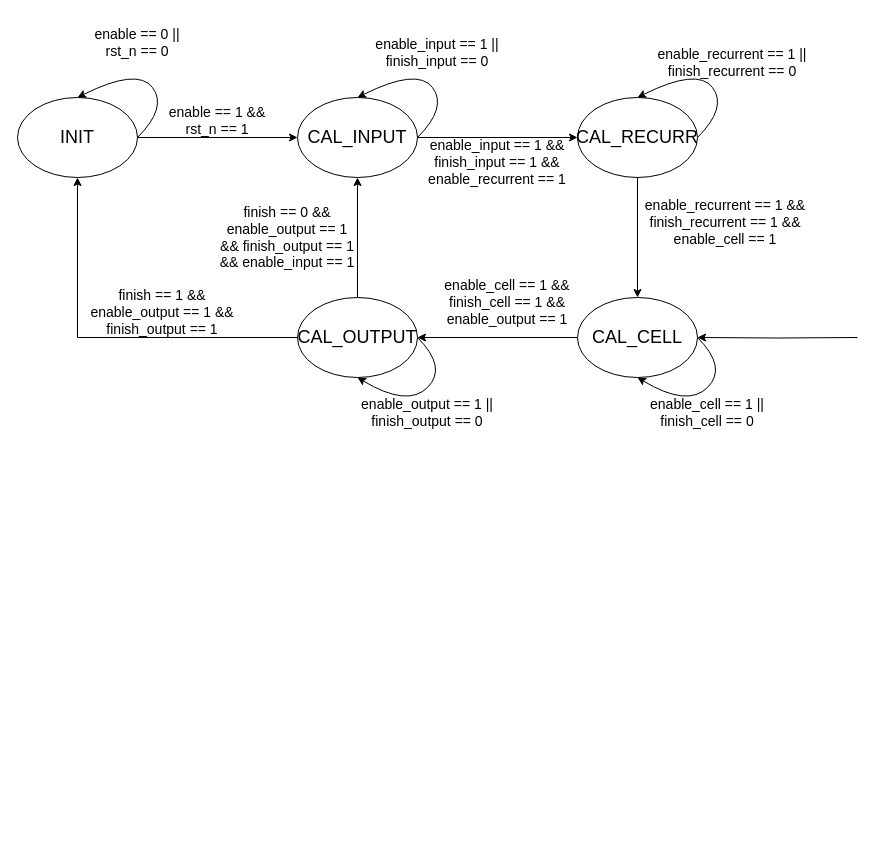
Before: page "LSTM unit state machine" (6 of 10) of doc/LSTMAccelerator.drawio in newfrogg/LSTMAccelerator, a draw.io diagram. Source tidied: cells renumbered, new cells numbered last; positions are measured from the earlier drawing's top-left corner, leaving out a move shared by most shapes. Both pictures are drawn from the tidied source at 100%, with x=0, y=0 at pixel (17, 17).
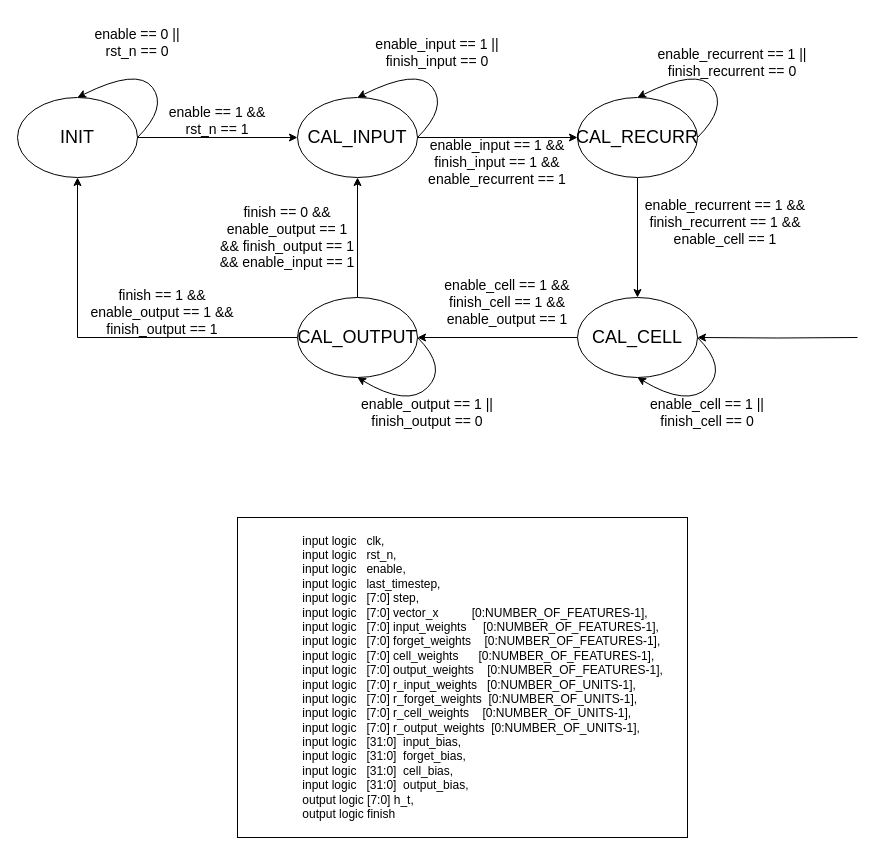
The same page after the edit.

Change to the diagram source:
```diff
@@
+    <mxCell id="30" value="&lt;div&gt;&lt;span style=&quot;white-space: pre;&quot;&gt;&#9;&lt;/span&gt;&amp;nbsp;&lt;span style=&quot;white-space: pre;&quot;&gt;&#9;&lt;/span&gt;&amp;nbsp; &amp;nbsp;input logic&amp;nbsp; &amp;nbsp;clk,&lt;/div&gt;&lt;div&gt;&amp;nbsp; &amp;nbsp; &amp;nbsp; &amp;nbsp; &amp;nbsp; &amp;nbsp; &amp;nbsp; &amp;nbsp; &amp;nbsp; &amp;nbsp;input logic&amp;nbsp; &amp;nbsp;rst_n,&lt;/div&gt;&lt;div&gt;&amp;nbsp; &amp;nbsp; &amp;nbsp; &amp;nbsp; &amp;nbsp; &amp;nbsp; &amp;nbsp; &amp;nbsp; &amp;nbsp; &amp;nbsp;input logic&amp;nbsp; &amp;nbsp;enable,&lt;/div&gt;&lt;div&gt;&amp;nbsp; &amp;nbsp; &amp;nbsp; &amp;nbsp; &amp;nbsp; &amp;nbsp; &amp;nbsp; &amp;nbsp; &amp;nbsp; &amp;nbsp;input logic&amp;nbsp; &amp;nbsp;last_timestep,&lt;/div&gt;&lt;div&gt;&amp;nbsp; &amp;nbsp; &amp;nbsp; &amp;nbsp; &amp;nbsp; &amp;nbsp; &amp;nbsp; &amp;nbsp; &amp;nbsp; &amp;nbsp;input logic&amp;nbsp; &amp;nbsp;[7:0] step,&lt;/div&gt;&lt;div&gt;&amp;nbsp; &amp;nbsp; &amp;nbsp; &amp;nbsp; &amp;nbsp; &amp;nbsp; &amp;nbsp; &amp;nbsp; &amp;nbsp; &amp;nbsp;input logic&amp;nbsp; &amp;nbsp;[7:0] vector_x&amp;nbsp; &amp;nbsp; &amp;nbsp; &amp;nbsp; &amp;nbsp; [0:NUMBER_OF_FEATURES-1],&lt;/div&gt;&lt;div&gt;&amp;nbsp; &amp;nbsp; &amp;nbsp; &amp;nbsp; &amp;nbsp; &amp;nbsp; &amp;nbsp; &amp;nbsp; &amp;nbsp; &amp;nbsp;input logic&amp;nbsp; &amp;nbsp;[7:0] input_weights&amp;nbsp; &amp;nbsp; &amp;nbsp;[0:NUMBER_OF_FEATURES-1],&lt;/div&gt;&lt;div&gt;&amp;nbsp; &amp;nbsp; &amp;nbsp; &amp;nbsp; &amp;nbsp; &amp;nbsp; &amp;nbsp; &amp;nbsp; &amp;nbsp; &amp;nbsp;input logic&amp;nbsp; &amp;nbsp;[7:0] forget_weights&amp;nbsp; &amp;nbsp; [0:NUMBER_OF_FEATURES-1],&lt;/div&gt;&lt;div&gt;&amp;nbsp; &amp;nbsp; &amp;nbsp; &amp;nbsp; &amp;nbsp; &amp;nbsp; &amp;nbsp; &amp;nbsp; &amp;nbsp; &amp;nbsp;input logic&amp;nbsp; &amp;nbsp;[7:0] cell_weights&amp;nbsp; &amp;nbsp; &amp;nbsp; [0:NUMBER_OF_FEATURES-1],&lt;/div&gt;&lt;div&gt;&amp;nbsp; &amp;nbsp; &amp;nbsp; &amp;nbsp; &amp;nbsp; &amp;nbsp; &amp;nbsp; &amp;nbsp; &amp;nbsp; &amp;nbsp;input logic&amp;nbsp; &amp;nbsp;[7:0] output_weights&amp;nbsp; &amp;nbsp; [0:NUMBER_OF_FEATURES-1],&lt;/div&gt;&lt;div&gt;&amp;nbsp; &amp;nbsp; &amp;nbsp; &amp;nbsp; &amp;nbsp; &amp;nbsp; &amp;nbsp; &amp;nbsp; &amp;nbsp; &amp;nbsp;input logic&amp;nbsp; &amp;nbsp;[7:0] r_input_weights&amp;nbsp; &amp;nbsp;[0:NUMBER_OF_UNITS-1],&lt;/div&gt;&lt;div&gt;&amp;nbsp; &amp;nbsp; &amp;nbsp; &amp;nbsp; &amp;nbsp; &amp;nbsp; &amp;nbsp; &amp;nbsp; &amp;nbsp; &amp;nbsp;input logic&amp;nbsp; &amp;nbsp;[7:0] r_forget_weights&amp;nbsp; [0:NUMBER_OF_UNITS-1],&lt;/div&gt;&lt;div&gt;&amp;nbsp; &amp;nbsp; &amp;nbsp; &amp;nbsp; &amp;nbsp; &amp;nbsp; &amp;nbsp; &amp;nbsp; &amp;nbsp; &amp;nbsp;input logic&amp;nbsp; &amp;nbsp;[7:0] r_cell_weights&amp;nbsp; &amp;nbsp; [0:NUMBER_OF_UNITS-1],&lt;/div&gt;&lt;div&gt;&amp;nbsp; &amp;nbsp; &amp;nbsp; &amp;nbsp; &amp;nbsp; &amp;nbsp; &amp;nbsp; &amp;nbsp; &amp;nbsp; &amp;nbsp;input logic&amp;nbsp; &amp;nbsp;[7:0] r_output_weights&amp;nbsp; [0:NUMBER_OF_UNITS-1],&lt;/div&gt;&lt;div&gt;&amp;nbsp; &amp;nbsp; &amp;nbsp; &amp;nbsp; &amp;nbsp; &amp;nbsp; &amp;nbsp; &amp;nbsp; &amp;nbsp; &amp;nbsp;input logic&amp;nbsp; &amp;nbsp;[31:0]&amp;nbsp; input_bias,&lt;/div&gt;&lt;div&gt;&amp;nbsp; &amp;nbsp; &amp;nbsp; &amp;nbsp; &amp;nbsp; &amp;nbsp; &amp;nbsp; &amp;nbsp; &amp;nbsp; &amp;nbsp;input logic&amp;nbsp; &amp;nbsp;[31:0]&amp;nbsp; forget_bias,&lt;/div&gt;&lt;div&gt;&amp;nbsp; &amp;nbsp; &amp;nbsp; &amp;nbsp; &amp;nbsp; &amp;nbsp; &amp;nbsp; &amp;nbsp; &amp;nbsp; &amp;nbsp;input logic&amp;nbsp; &amp;nbsp;[31:0]&amp;nbsp; cell_bias,&lt;/div&gt;&lt;div&gt;&amp;nbsp; &amp;nbsp; &amp;nbsp; &amp;nbsp; &amp;nbsp; &amp;nbsp; &amp;nbsp; &amp;nbsp; &amp;nbsp; &amp;nbsp;input logic&amp;nbsp; &amp;nbsp;[31:0]&amp;nbsp; output_bias,&lt;/div&gt;&lt;div&gt;&amp;nbsp; &amp;nbsp; &amp;nbsp; &amp;nbsp; &amp;nbsp; &amp;nbsp; &amp;nbsp; &amp;nbsp; &amp;nbsp; &amp;nbsp;output logic [7:0] h_t,&lt;/div&gt;&lt;div&gt;&amp;nbsp; &amp;nbsp; &amp;nbsp; &amp;nbsp; &amp;nbsp; &amp;nbsp; &amp;nbsp; &amp;nbsp; &amp;nbsp; &amp;nbsp;output logic finish&lt;/div&gt;" style="rounded=0;whiteSpace=wrap;html=1;align=left;" parent="1" vertex="1">
+      <mxGeometry x="220" y="500" width="450" height="320" as="geometry" />
+    </mxCell>
```
